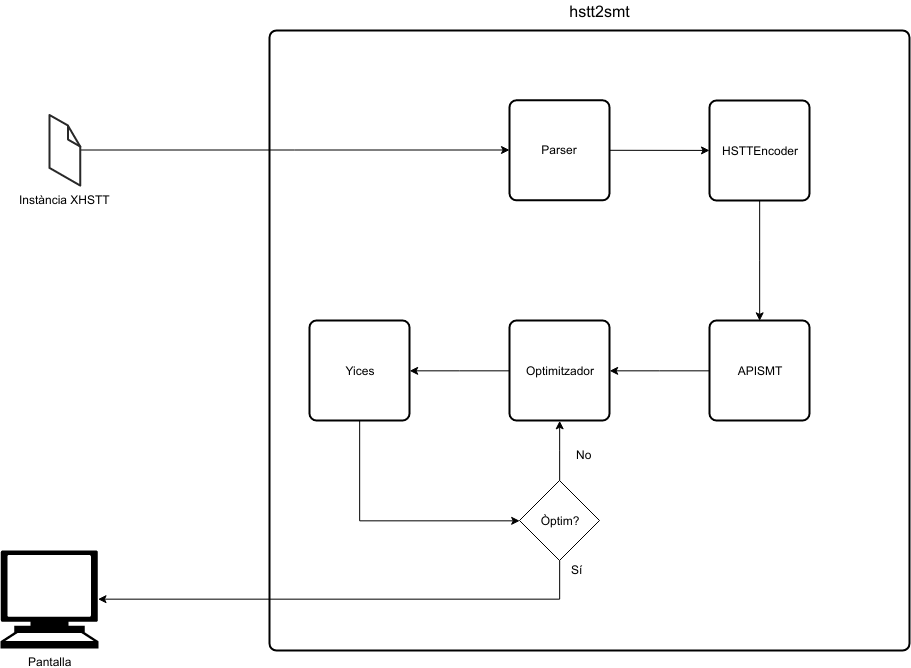
sipwarriper/hstt2smt keeps this draw.io diagram as Memoria/Diagrames/Arqui1.png. Above is the earlier version. Source tidied: cells renumbered, new cells last; positions are measured from the earlier drawing's top-left corner, leaving out a move shared by most shapes.
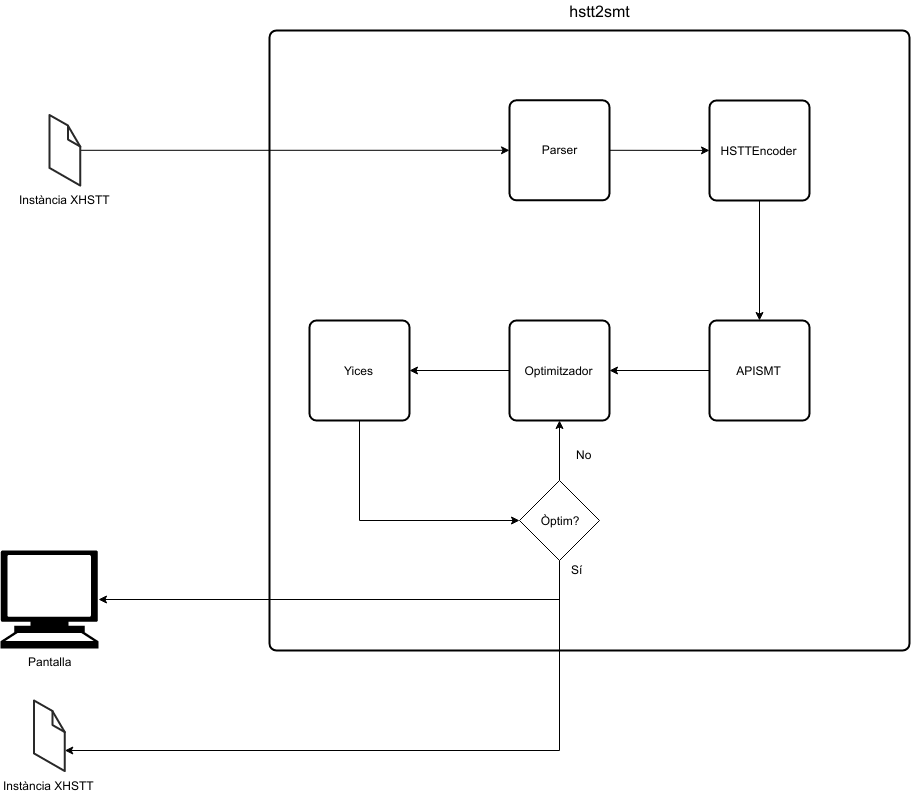
Above is the later version.

Change to the diagram source:
```diff
@@ -45,6 +45,13 @@
         </Array>
       </mxGeometry>
     </mxCell>
+    <mxCell id="22" style="edgeStyle=orthogonalEdgeStyle;rounded=0;jettySize=auto;html=1;" parent="1" edge="1" source="15" target="23">
+      <mxGeometry relative="1" as="geometry">
+        <Array as="points">
+          <mxPoint x="559" y="750" />
+        </Array>
+      </mxGeometry>
+    </mxCell>
     <mxCell id="15" value="Òptim?" style="rhombus;whiteSpace=wrap;html=1;fillColor=#ffffff;" parent="1" vertex="1">
       <mxGeometry x="519" y="480" width="80" height="80" as="geometry" />
     </mxCell>
@@ -70,5 +77,8 @@
     <mxCell id="21" value="&lt;font style=&quot;font-size: 16px&quot;&gt;hstt2smt&lt;/font&gt;" style="text;html=1;strokeColor=none;fillColor=none;align=center;verticalAlign=middle;whiteSpace=wrap;rounded=0;" parent="1" vertex="1">
       <mxGeometry x="579" width="40" height="20" as="geometry" />
     </mxCell>
+    <mxCell id="23" value="Instància XHSTT" style="verticalLabelPosition=bottom;html=1;verticalAlign=top;strokeWidth=1;align=center;outlineConnect=0;dashed=0;outlineConnect=0;shape=mxgraph.aws3d.file;strokeColor=#292929;fillColor=#ffffff;" parent="1" vertex="1">
+      <mxGeometry x="33.5" y="700" width="30.8" height="70.6" as="geometry" />
+    </mxCell>
   </root>
 </mxGraphModel>
```
